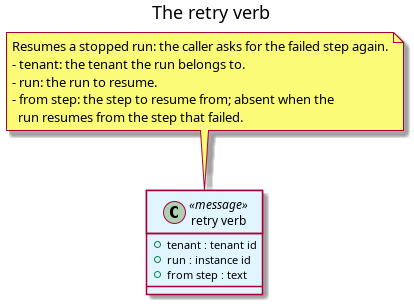
The PlantUML diagram doc/knowledge/architecture/workflow_retry_verb.png in OreStudio/OreStudio, before a commit. Its source is kept beside it as doc/knowledge/architecture/workflow_retry_verb.puml.
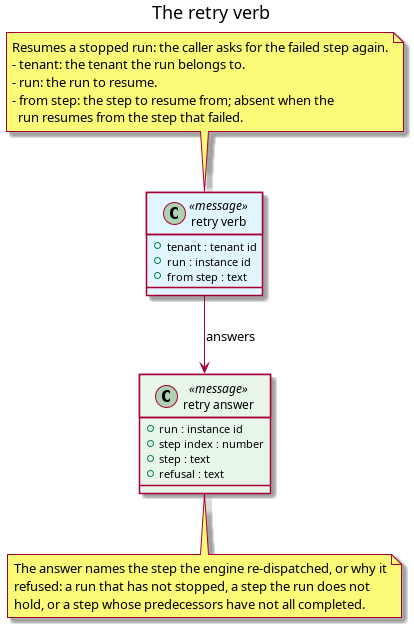
After the commit.

Diff of the diagram source:
```diff
@@ -8,6 +8,15 @@
     +from step : text
 }
 
+class "retry answer" as answer <<message>> #E8F5E9 {
+    +run : instance id
+    +step index : number
+    +step : text
+    +refusal : text
+}
+
+retry --> answer : answers
+
 note top of retry
 Resumes a stopped run: the caller asks for the failed step again.
 - tenant: the tenant the run belongs to.
@@ -16,4 +25,10 @@
   run resumes from the step that failed.
 end note
 
+note bottom of answer
+The answer names the step the engine re-dispatched, or why it
+refused: a run that has not stopped, a step the run does not
+hold, or a step whose predecessors have not all completed.
+end note
+
 @enduml
```
